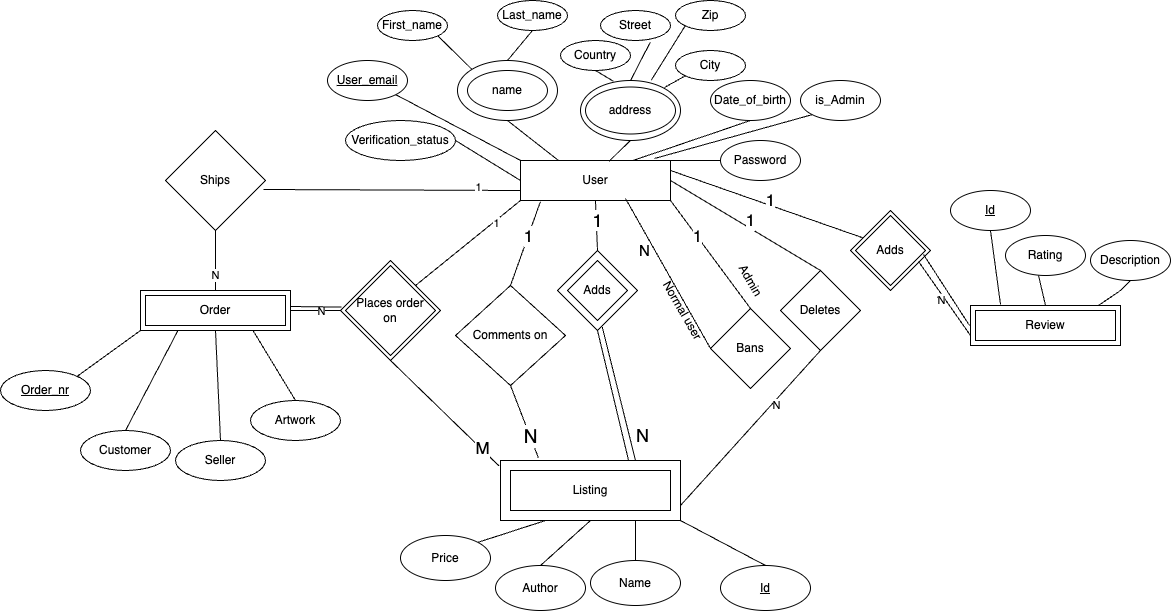
kaisaarumeel/ArtZone keeps this draw.io diagram as images/ERdiagram.png. Above is the earlier version. Source tidied: cells renumbered, new cells last; positions are measured from the earlier drawing's top-left corner, leaving out a move shared by most shapes.
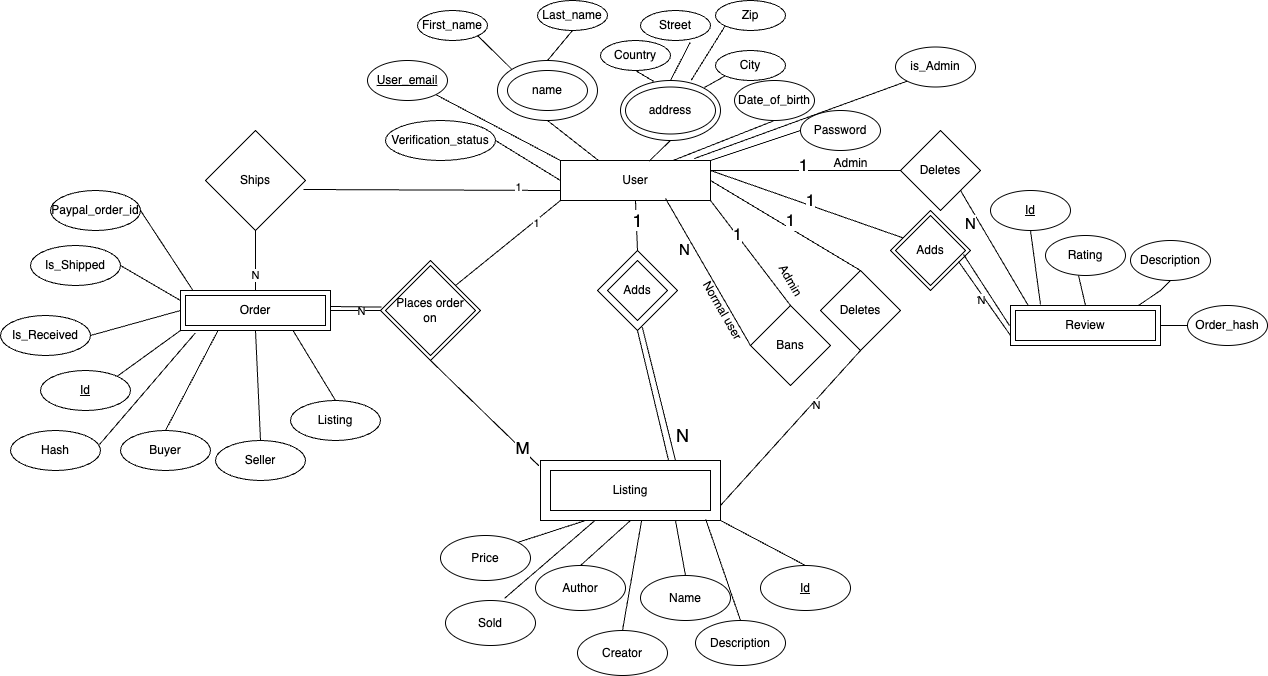
After the change.

The edit, as a diff of the source:
```diff
@@ -9,10 +9,10 @@
       <mxGeometry x="520" y="160" width="150" height="40" as="geometry" />
     </mxCell>
     <mxCell id="4" value="Date_of_birth" style="ellipse;whiteSpace=wrap;html=1;" parent="1" vertex="1">
-      <mxGeometry x="710" y="80" width="80" height="40" as="geometry" />
+      <mxGeometry x="694" y="80" width="80" height="40" as="geometry" />
     </mxCell>
     <mxCell id="5" value="Password" style="ellipse;whiteSpace=wrap;html=1;" parent="1" vertex="1">
-      <mxGeometry x="720" y="140" width="80" height="40" as="geometry" />
+      <mxGeometry x="760" y="110" width="80" height="40" as="geometry" />
     </mxCell>
     <mxCell id="6" value="Verification_status" style="ellipse;whiteSpace=wrap;html=1;" parent="1" vertex="1">
       <mxGeometry x="345" y="120" width="110" height="40" as="geometry" />
@@ -20,9 +20,6 @@
     <mxCell id="7" value="Order" style="rounded=0;whiteSpace=wrap;html=1;" parent="1" vertex="1">
       <mxGeometry x="140" y="290" width="150" height="40" as="geometry" />
     </mxCell>
-    <mxCell id="8" value="Comments on" style="rhombus;whiteSpace=wrap;html=1;" parent="1" vertex="1">
-      <mxGeometry x="455" y="285" width="110" height="100" as="geometry" />
-    </mxCell>
     <mxCell id="9" value="adds" style="rhombus;whiteSpace=wrap;html=1;" parent="1" vertex="1">
       <mxGeometry x="557" y="250" width="80" height="80" as="geometry" />
     </mxCell>
@@ -61,26 +58,14 @@
     <mxCell id="20" style="endArrow=none;html=1;rounded=0;entryX=1;entryY=0.5;entryDx=0;entryDy=0;exitX=0;exitY=0.5;exitDx=0;exitDy=0;" parent="1" edge="1" source="3" target="6">
       <mxGeometry relative="1" as="geometry" />
     </mxCell>
-    <mxCell id="21" style="endArrow=none;html=1;rounded=0;entryX=0.133;entryY=1.025;entryDx=0;entryDy=0;entryPerimeter=0;exitX=0.5;exitY=0;exitDx=0;exitDy=0;" parent="1" edge="1" source="8" target="3">
-      <mxGeometry relative="1" as="geometry" />
-    </mxCell>
-    <mxCell id="22" value="&lt;font style=&quot;font-size: 17px;&quot;&gt;1&lt;/font&gt;" style="edgeLabel;html=1;align=center;verticalAlign=middle;" parent="21" vertex="1">
-      <mxGeometry x="0.17" relative="1" as="geometry" />
-    </mxCell>
     <mxCell id="23" value="Price" style="ellipse;whiteSpace=wrap;html=1;" parent="1" vertex="1">
       <mxGeometry x="400" y="535" width="90" height="45" as="geometry" />
     </mxCell>
-    <mxCell id="24" style="endArrow=none;html=1;rounded=0;entryX=0.5;entryY=1;entryDx=0;entryDy=0;exitX=0.21;exitY=-0.048;exitDx=0;exitDy=0;exitPerimeter=0;" parent="1" edge="1" source="14" target="8">
-      <mxGeometry relative="1" as="geometry" />
-    </mxCell>
-    <mxCell id="25" value="&lt;font style=&quot;font-size: 19px;&quot;&gt;N&lt;/font&gt;" style="edgeLabel;html=1;align=center;verticalAlign=middle;" parent="24" vertex="1">
-      <mxGeometry x="-0.42" relative="1" as="geometry" />
-    </mxCell>
     <mxCell id="26" value="Author" style="ellipse;whiteSpace=wrap;html=1;" parent="1" vertex="1">
       <mxGeometry x="495" y="565" width="90" height="45" as="geometry" />
     </mxCell>
     <mxCell id="27" value="Name" style="ellipse;whiteSpace=wrap;html=1;" parent="1" vertex="1">
-      <mxGeometry x="590" y="560" width="90" height="45" as="geometry" />
+      <mxGeometry x="600" y="575" width="90" height="45" as="geometry" />
     </mxCell>
     <mxCell id="28" style="endArrow=none;html=1;rounded=0;exitX=0.5;exitY=0;exitDx=0;exitDy=0;entryX=0.75;entryY=1;entryDx=0;entryDy=0;" parent="1" edge="1" source="27" target="14">
       <mxGeometry relative="1" as="geometry" />
@@ -156,7 +141,7 @@
       <mxGeometry x="-0.35" relative="1" as="geometry" />
     </mxCell>
     <mxCell id="51" value="Bans" style="rhombus;whiteSpace=wrap;html=1;direction=north;" parent="1" vertex="1">
-      <mxGeometry x="710" y="308" width="80" height="80" as="geometry" />
+      <mxGeometry x="710" y="305" width="80" height="80" as="geometry" />
     </mxCell>
     <mxCell id="52" style="endArrow=none;html=1;rounded=0;entryX=0.7;entryY=0.95;entryDx=0;entryDy=0;exitX=0.5;exitY=0;exitDx=0;exitDy=0;entryPerimeter=0;" parent="1" edge="1" source="51" target="3">
       <mxGeometry relative="1" as="geometry" />
@@ -166,10 +151,10 @@
         <mxPoint x="-32" y="-30" as="offset" />
       </mxGeometry>
     </mxCell>
-    <mxCell id="54" value="&lt;u&gt;Order_nr&lt;/u&gt;" style="ellipse;whiteSpace=wrap;html=1;" parent="1" vertex="1">
+    <mxCell id="54" value="&lt;u&gt;Id&lt;/u&gt;" style="ellipse;whiteSpace=wrap;html=1;" parent="1" vertex="1">
       <mxGeometry y="370" width="90" height="40" as="geometry" />
     </mxCell>
-    <mxCell id="55" value="Customer" style="ellipse;whiteSpace=wrap;html=1;" parent="1" vertex="1">
+    <mxCell id="55" value="Buyer" style="ellipse;whiteSpace=wrap;html=1;" parent="1" vertex="1">
       <mxGeometry x="80" y="430" width="90" height="40" as="geometry" />
     </mxCell>
     <mxCell id="56" value="Deletes" style="rhombus;whiteSpace=wrap;html=1;direction=north;" parent="1" vertex="1">
@@ -187,7 +172,7 @@
     <mxCell id="60" value="1" style="edgeLabel;html=1;align=center;verticalAlign=middle;" parent="59" vertex="1">
       <mxGeometry x="0.66" y="4" relative="1" as="geometry" />
     </mxCell>
-    <mxCell id="61" value="Artwork" style="ellipse;whiteSpace=wrap;html=1;" parent="1" vertex="1">
+    <mxCell id="61" value="Listing" style="ellipse;whiteSpace=wrap;html=1;" parent="1" vertex="1">
       <mxGeometry x="250" y="400" width="90" height="40" as="geometry" />
     </mxCell>
     <mxCell id="62" style="endArrow=none;html=1;rounded=0;entryX=0.5;entryY=1;entryDx=0;entryDy=0;exitX=0.5;exitY=0;exitDx=0;exitDy=0;" parent="1" edge="1" source="7" target="58">
@@ -229,7 +214,7 @@
       <mxGeometry x="145" y="295" width="140" height="30" as="geometry" />
     </mxCell>
     <mxCell id="74" value="is_Admin" style="ellipse;whiteSpace=wrap;html=1;" parent="1" vertex="1">
-      <mxGeometry x="800" y="80" width="80" height="40" as="geometry" />
+      <mxGeometry x="855" y="46.5" width="80" height="40" as="geometry" />
     </mxCell>
     <mxCell id="75" style="endArrow=none;html=1;rounded=0;entryX=0;entryY=1;entryDx=0;entryDy=0;exitX=0.893;exitY=-0.05;exitDx=0;exitDy=0;exitPerimeter=0;" parent="1" edge="1" source="3" target="74">
       <mxGeometry relative="1" as="geometry" />
@@ -328,5 +313,70 @@
         <mxPoint x="680" y="520" as="targetPoint" />
       </mxGeometry>
     </mxCell>
+    <mxCell id="104" value="Deletes" style="rhombus;whiteSpace=wrap;html=1;direction=north;" parent="1" vertex="1">
+      <mxGeometry x="860" y="130" width="80" height="80" as="geometry" />
+    </mxCell>
+    <mxCell id="22" value="&lt;font style=&quot;font-size: 17px;&quot;&gt;1&lt;/font&gt;" style="endArrow=none;html=1;rounded=0;entryX=1;entryY=0.25;entryDx=0;entryDy=0;exitX=0.5;exitY=0;exitDx=0;exitDy=0;" parent="1" edge="1" source="104" target="3">
+      <mxGeometry x="0.02" y="-5" relative="1" as="geometry" />
+    </mxCell>
+    <mxCell id="105" style="endArrow=none;html=1;rounded=0;entryX=0;entryY=1;entryDx=0;entryDy=0;exitX=0.093;exitY=-0.15;exitDx=0;exitDy=0;exitPerimeter=0;" parent="1" edge="1" source="77" target="104">
+      <mxGeometry relative="1" as="geometry" />
+    </mxCell>
+    <mxCell id="25" value="&lt;font style=&quot;font-size: 15px;&quot;&gt;N&lt;/font&gt;" style="edgeLabel;html=1;align=center;verticalAlign=middle;" parent="105" vertex="1">
+      <mxGeometry x="-0.11" y="-4" relative="1" as="geometry">
+        <mxPoint x="-32" y="-30" as="offset" />
+      </mxGeometry>
+    </mxCell>
+    <mxCell id="106" value="Admin" style="text;html=1;align=center;verticalAlign=middle;strokeColor=none;fillColor=none;" parent="1" vertex="1">
+      <mxGeometry x="780" y="148" width="60" height="30" as="geometry" />
+    </mxCell>
+    <mxCell id="107" value="Order_hash" style="ellipse;whiteSpace=wrap;html=1;" parent="1" vertex="1">
+      <mxGeometry x="1147" y="305" width="80" height="40" as="geometry" />
+    </mxCell>
+    <mxCell id="108" style="endArrow=none;html=1;rounded=0;entryX=0;entryY=0.5;entryDx=0;entryDy=0;exitX=1;exitY=0.5;exitDx=0;exitDy=0;" parent="1" edge="1" source="76" target="107">
+      <mxGeometry relative="1" as="geometry" />
+    </mxCell>
+    <mxCell id="109" value="Description" style="ellipse;whiteSpace=wrap;html=1;" parent="1" vertex="1">
+      <mxGeometry x="655" y="620" width="90" height="45" as="geometry" />
+    </mxCell>
+    <mxCell id="110" style="endArrow=none;html=1;rounded=0;exitX=0.5;exitY=0;exitDx=0;exitDy=0;entryX=0.918;entryY=0.979;entryDx=0;entryDy=0;entryPerimeter=0;" parent="1" edge="1" source="109" target="14">
+      <mxGeometry relative="1" as="geometry" />
+    </mxCell>
+    <mxCell id="111" value="Creator" style="ellipse;whiteSpace=wrap;html=1;" parent="1" vertex="1">
+      <mxGeometry x="537" y="630" width="90" height="45" as="geometry" />
+    </mxCell>
+    <mxCell id="112" style="endArrow=none;html=1;rounded=0;exitX=0.5;exitY=0;exitDx=0;exitDy=0;entryX=0.562;entryY=0.996;entryDx=0;entryDy=0;entryPerimeter=0;" parent="1" edge="1" source="111" target="14">
+      <mxGeometry relative="1" as="geometry" />
+    </mxCell>
+    <mxCell id="113" value="Sold" style="ellipse;whiteSpace=wrap;html=1;" parent="1" vertex="1">
+      <mxGeometry x="405" y="600" width="90" height="45" as="geometry" />
+    </mxCell>
+    <mxCell id="114" style="endArrow=none;html=1;rounded=0;exitX=0.658;exitY=-0.051;exitDx=0;exitDy=0;entryX=0.304;entryY=0.996;entryDx=0;entryDy=0;exitPerimeter=0;entryPerimeter=0;" parent="1" edge="1" source="113" target="14">
+      <mxGeometry relative="1" as="geometry" />
+    </mxCell>
+    <mxCell id="115" value="Hash" style="ellipse;whiteSpace=wrap;html=1;" parent="1" vertex="1">
+      <mxGeometry x="-30" y="430" width="90" height="40" as="geometry" />
+    </mxCell>
+    <mxCell id="116" value="Is_Received" style="ellipse;whiteSpace=wrap;html=1;" parent="1" vertex="1">
+      <mxGeometry x="-40" y="315" width="90" height="40" as="geometry" />
+    </mxCell>
+    <mxCell id="117" value="Is_Shipped" style="ellipse;whiteSpace=wrap;html=1;" parent="1" vertex="1">
+      <mxGeometry x="-10" y="245" width="90" height="40" as="geometry" />
+    </mxCell>
+    <mxCell id="118" value="Paypal_order_id" style="ellipse;whiteSpace=wrap;html=1;" parent="1" vertex="1">
+      <mxGeometry x="10" y="190" width="90" height="40" as="geometry" />
+    </mxCell>
+    <mxCell id="119" style="endArrow=none;html=1;rounded=0;entryX=0;entryY=0.5;entryDx=0;entryDy=0;exitX=1;exitY=0.5;exitDx=0;exitDy=0;" parent="1" edge="1" source="116" target="7">
+      <mxGeometry relative="1" as="geometry" />
+    </mxCell>
+    <mxCell id="120" style="endArrow=none;html=1;rounded=0;entryX=0.099;entryY=1.061;entryDx=0;entryDy=0;exitX=0.989;exitY=0.35;exitDx=0;exitDy=0;exitPerimeter=0;entryPerimeter=0;" parent="1" edge="1" source="115" target="7">
+      <mxGeometry relative="1" as="geometry" />
+    </mxCell>
+    <mxCell id="121" style="endArrow=none;html=1;rounded=0;entryX=0;entryY=0.25;entryDx=0;entryDy=0;exitX=1;exitY=0.5;exitDx=0;exitDy=0;" parent="1" edge="1" source="117" target="7">
+      <mxGeometry relative="1" as="geometry" />
+    </mxCell>
+    <mxCell id="122" style="endArrow=none;html=1;rounded=0;entryX=0.055;entryY=-0.156;entryDx=0;entryDy=0;exitX=1;exitY=0.5;exitDx=0;exitDy=0;entryPerimeter=0;" parent="1" edge="1" source="118" target="73">
+      <mxGeometry relative="1" as="geometry" />
+    </mxCell>
   </root>
 </mxGraphModel>
```
